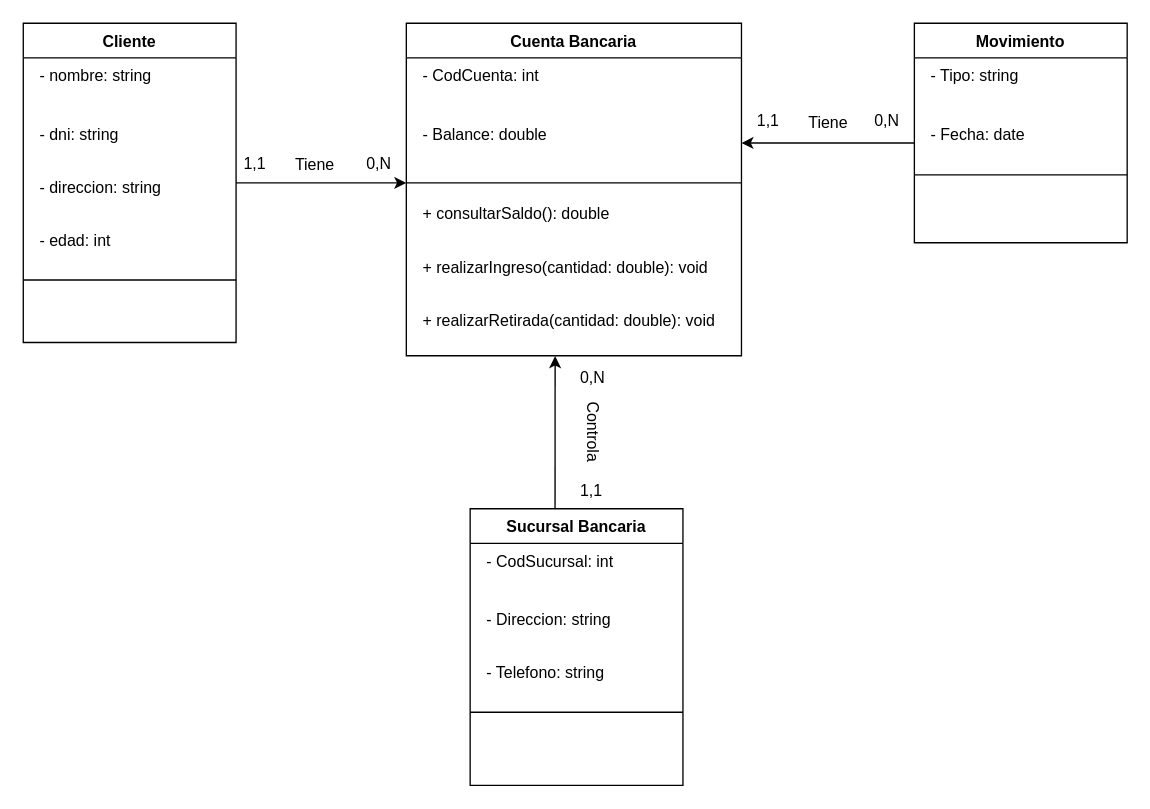
This is DEVELOPMENT ENVIRONMENT/PRÁCTICA 7.1/Ejercicio 0.drawio from SerDieFer/1-DAW, a draw.io file, before an edit. Source tidied: cells renumbered, new cells numbered last; positions are measured from the earlier drawing's top-left corner, leaving out a move shared by most shapes. Both pictures are drawn from the tidied source at 133%, with x=0, y=0 at pixel (23, 23).
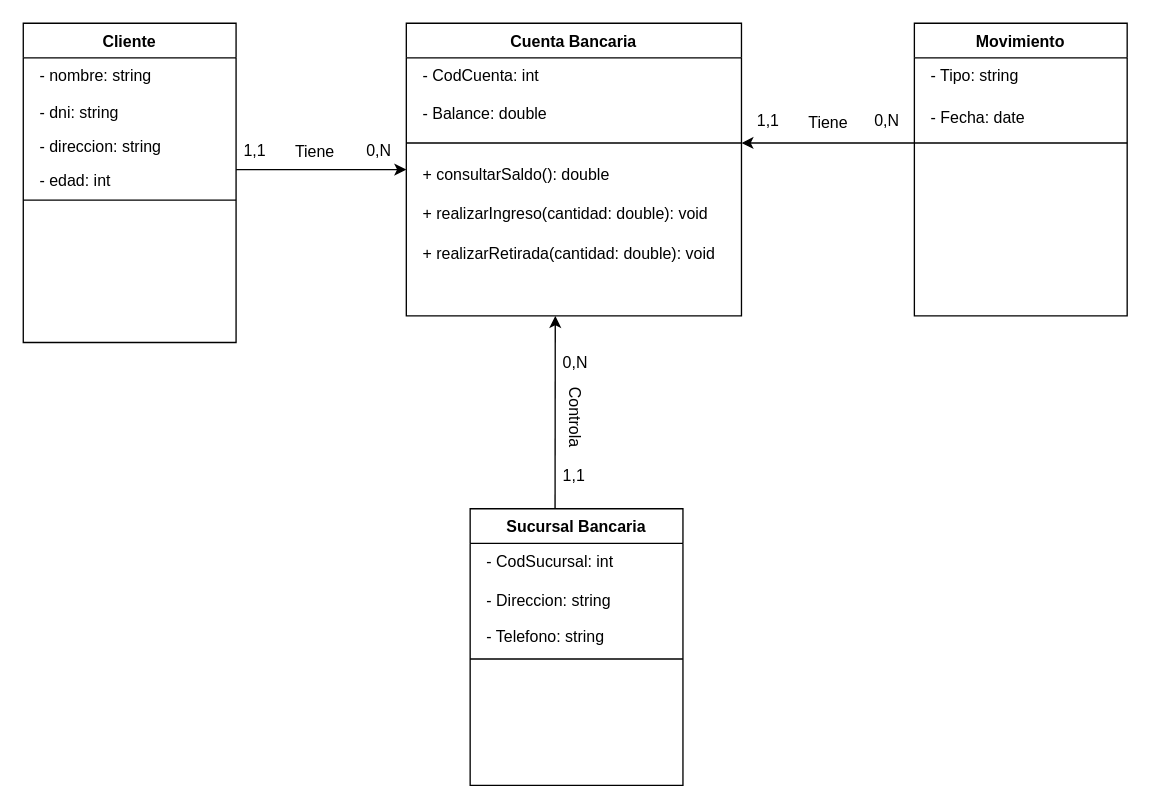
The same page after the edit.

Unchanged cells that the change refers to:
```xml
<mxCell id="2" value="Cliente" style="swimlane;fontStyle=1;align=center;verticalAlign=top;horizontal=1;startSize=26;rounded=0;shadow=0;strokeWidth=1;" parent="1" vertex="1">
  <mxGeometry width="160" height="240" as="geometry" />
</mxCell>
<mxCell id="8" value="Sucursal Bancaria" style="swimlane;fontStyle=1;align=center;verticalAlign=top;horizontal=1;startSize=26;rounded=0;shadow=0;strokeWidth=1;" parent="1" vertex="1">
  <mxGeometry x="336" y="365" width="160" height="208" as="geometry" />
</mxCell>
```

Change to the diagram source:
```diff
@@
+    <mxCell id="36" style="group;" parent="2" vertex="1">
+      <mxGeometry y="26" width="160" height="104" as="geometry" />
+    </mxCell>
-    <mxCell id="3" value="  - nombre: string" style="text;align=left;verticalAlign=top;spacingLeft=4;spacingRight=4;overflow=hidden;" parent="2" vertex="1">
-      <mxGeometry y="26" width="160" height="44" as="geometry" />
+    <mxCell id="3" value="  - nombre: string" style="text;align=left;verticalAlign=top;spacingLeft=4;spacingRight=4;overflow=hidden;" parent="36" vertex="1">
+      <mxGeometry width="160" height="27.9" as="geometry" />
     </mxCell>
-    <mxCell id="4" value="  - dni: string" style="text;align=left;verticalAlign=top;spacingLeft=4;spacingRight=4;overflow=hidden;rounded=0;shadow=0;html=0;" parent="2" vertex="1">
-      <mxGeometry y="70" width="160" height="40" as="geometry" />
+    <mxCell id="4" value="  - dni: string" style="text;align=left;verticalAlign=top;spacingLeft=4;spacingRight=4;overflow=hidden;rounded=0;shadow=0;html=0;" parent="36" vertex="1">
+      <mxGeometry y="27.9" width="160" height="25.4" as="geometry" />
     </mxCell>
-    <mxCell id="5" value="  - direccion: string" style="text;align=left;verticalAlign=top;spacingLeft=4;spacingRight=4;overflow=hidden;rounded=0;shadow=0;html=0;" parent="2" vertex="1">
-      <mxGeometry y="110" width="160" height="40" as="geometry" />
+    <mxCell id="5" value="  - direccion: string" style="text;align=left;verticalAlign=top;spacingLeft=4;spacingRight=4;overflow=hidden;rounded=0;shadow=0;html=0;" parent="36" vertex="1">
+      <mxGeometry y="53.3" width="160" height="25.4" as="geometry" />
     </mxCell>
-    <mxCell id="6" value="  - edad: int" style="text;align=left;verticalAlign=top;spacingLeft=4;spacingRight=4;overflow=hidden;" parent="2" vertex="1">
-      <mxGeometry y="150" width="160" height="40" as="geometry" />
+    <mxCell id="6" value="  - edad: int" style="text;align=left;verticalAlign=top;spacingLeft=4;spacingRight=4;overflow=hidden;" parent="36" vertex="1">
+      <mxGeometry y="78.6" width="160" height="25.4" as="geometry" />
     </mxCell>
     <mxCell id="7" style="line;html=1;strokeWidth=1;align=left;verticalAlign=middle;spacingTop=-1;spacingLeft=3;spacingRight=3;labelPosition=right;" parent="2" vertex="1">
-      <mxGeometry y="190" width="160" height="6" as="geometry" />
+      <mxGeometry y="130" width="160" height="6" as="geometry" />
     </mxCell>
@@
+    <mxCell id="37" style="group;" parent="8" vertex="1">
+      <mxGeometry y="26" width="160" height="84" as="geometry" />
+    </mxCell>
-    <mxCell id="9" value="  - CodSucursal: int" style="text;align=left;verticalAlign=top;spacingLeft=4;spacingRight=4;overflow=hidden;" parent="8" vertex="1">
-      <mxGeometry y="26" width="160" height="44" as="geometry" />
+    <mxCell id="9" value="  - CodSucursal: int" style="text;align=left;verticalAlign=top;spacingLeft=4;spacingRight=4;overflow=hidden;" parent="37" vertex="1">
+      <mxGeometry width="160" height="29.8" as="geometry" />
     </mxCell>
-    <mxCell id="10" value="  - Direccion: string" style="text;align=left;verticalAlign=top;spacingLeft=4;spacingRight=4;overflow=hidden;rounded=0;shadow=0;html=0;" parent="8" vertex="1">
-      <mxGeometry y="70" width="160" height="40" as="geometry" />
+    <mxCell id="10" value="  - Direccion: string" style="text;align=left;verticalAlign=top;spacingLeft=4;spacingRight=4;overflow=hidden;rounded=0;shadow=0;html=0;" parent="37" vertex="1">
+      <mxGeometry y="29.8" width="160" height="27.1" as="geometry" />
     </mxCell>
-    <mxCell id="11" value="  - Telefono: string" style="text;align=left;verticalAlign=top;spacingLeft=4;spacingRight=4;overflow=hidden;rounded=0;shadow=0;html=0;" parent="8" vertex="1">
-      <mxGeometry y="110" width="160" height="40" as="geometry" />
+    <mxCell id="11" value="  - Telefono: string" style="text;align=left;verticalAlign=top;spacingLeft=4;spacingRight=4;overflow=hidden;rounded=0;shadow=0;html=0;" parent="37" vertex="1">
+      <mxGeometry y="56.9" width="160" height="27.1" as="geometry" />
     </mxCell>
     <mxCell id="12" style="line;html=1;strokeWidth=1;align=left;verticalAlign=middle;spacingTop=-1;spacingLeft=3;spacingRight=3;labelPosition=right;" parent="8" vertex="1">
-      <mxGeometry y="150" width="160" height="6" as="geometry" />
+      <mxGeometry y="110" width="160" height="6" as="geometry" />
     </mxCell>
     <mxCell id="13" value="Movimiento" style="swimlane;fontStyle=1;align=center;verticalAlign=top;horizontal=1;startSize=26;rounded=0;shadow=0;strokeWidth=1;" parent="1" vertex="1">
-      <mxGeometry x="670" width="160" height="165" as="geometry" />
+      <mxGeometry x="670" width="160" height="220" as="geometry" />
     </mxCell>
+    <mxCell id="38" style="group;" parent="13" vertex="1">
+      <mxGeometry y="26" width="160" height="60" as="geometry" />
+    </mxCell>
-    <mxCell id="14" value="  - Tipo: string" style="text;align=left;verticalAlign=top;spacingLeft=4;spacingRight=4;overflow=hidden;rounded=0;shadow=0;html=0;" parent="13" vertex="1">
-      <mxGeometry y="26" width="160" height="44" as="geometry" />
+    <mxCell id="14" value="  - Tipo: string" style="text;align=left;verticalAlign=top;spacingLeft=4;spacingRight=4;overflow=hidden;rounded=0;shadow=0;html=0;" parent="38" vertex="1">
+      <mxGeometry width="160" height="31.4" as="geometry" />
     </mxCell>
-    <mxCell id="15" value="  - Fecha: date" style="text;align=left;verticalAlign=top;spacingLeft=4;spacingRight=4;overflow=hidden;rounded=0;shadow=0;html=0;" parent="13" vertex="1">
-      <mxGeometry y="70" width="160" height="40" as="geometry" />
+    <mxCell id="15" value="  - Fecha: date" style="text;align=left;verticalAlign=top;spacingLeft=4;spacingRight=4;overflow=hidden;rounded=0;shadow=0;html=0;" parent="38" vertex="1">
+      <mxGeometry y="31.4" width="160" height="28.6" as="geometry" />
     </mxCell>
     <mxCell id="16" style="line;html=1;strokeWidth=1;align=left;verticalAlign=middle;spacingTop=-1;spacingLeft=3;spacingRight=3;labelPosition=right;" parent="13" vertex="1">
-      <mxGeometry y="110" width="160" height="8" as="geometry" />
+      <mxGeometry y="86" width="160" height="8" as="geometry" />
     </mxCell>
-    <mxCell id="17" style="endArrow=classic;endSize=6;endFill=1;shadow=0;strokeWidth=1;rounded=0;curved=0;edgeStyle=elbowEdgeStyle;elbow=vertical;strokeColor=default;entryX=1;entryY=0.5;entryDx=0;entryDy=0;" parent="1" edge="1" source="13" target="20">
+    <mxCell id="17" style="endArrow=classic;endSize=6;endFill=1;shadow=0;strokeWidth=1;rounded=0;curved=0;edgeStyle=elbowEdgeStyle;elbow=vertical;strokeColor=default;" parent="1" edge="1" source="13">
       <mxGeometry relative="1" as="geometry">
+        <mxPoint x="540" y="90" as="targetPoint" />
         <Array as="points">
-          <mxPoint x="610" y="90" />
+          <mxPoint x="590" y="90" />
           <mxPoint x="540" y="80" />
         </Array>
       </mxGeometry>
     </mxCell>
     <mxCell id="18" value="Cuenta Bancaria" style="swimlane;fontStyle=1;align=center;verticalAlign=top;horizontal=1;startSize=26;rounded=0;shadow=0;strokeWidth=1;" parent="1" vertex="1">
-      <mxGeometry x="288" width="252" height="250" as="geometry" />
+      <mxGeometry x="288" width="252" height="220" as="geometry" />
     </mxCell>
+    <mxCell id="39" style="group;" parent="18" vertex="1">
+      <mxGeometry y="26" width="252" height="54" as="geometry" />
+    </mxCell>
-    <mxCell id="19" value="  - CodCuenta: int" style="text;align=left;verticalAlign=top;spacingLeft=4;spacingRight=4;overflow=hidden;" parent="18" vertex="1">
-      <mxGeometry y="26" width="252" height="44" as="geometry" />
+    <mxCell id="19" value="  - CodCuenta: int" style="text;align=left;verticalAlign=top;spacingLeft=4;spacingRight=4;overflow=hidden;" parent="39" vertex="1">
+      <mxGeometry width="252" height="28.3" as="geometry" />
     </mxCell>
-    <mxCell id="20" value="  - Balance: double" style="text;align=left;verticalAlign=top;spacingLeft=4;spacingRight=4;overflow=hidden;points=[[0,0.5],[1,0.5]];portConstraint=eastwest;rounded=1;" parent="18" vertex="1">
-      <mxGeometry y="70" width="252" height="40" as="geometry" />
+    <mxCell id="20" value="  - Balance: double" style="text;align=left;verticalAlign=top;spacingLeft=4;spacingRight=4;overflow=hidden;points=[[0,0.5],[1,0.5]];portConstraint=eastwest;rounded=1;" parent="39" vertex="1">
+      <mxGeometry y="28.3" width="252" height="25.7" as="geometry" />
     </mxCell>
     <mxCell id="21" style="line;html=1;strokeWidth=1;align=left;verticalAlign=middle;spacingTop=-1;spacingLeft=3;spacingRight=3;labelPosition=right;" parent="18" vertex="1">
-      <mxGeometry y="110" width="252" height="20" as="geometry" />
+      <mxGeometry y="80" width="252" height="20" as="geometry" />
     </mxCell>
+    <mxCell id="40" style="group;" parent="18" vertex="1">
+      <mxGeometry y="100" width="252" height="90" as="geometry" />
+    </mxCell>
-    <mxCell id="22" value="  + consultarSaldo(): double" style="text;align=left;verticalAlign=top;spacingLeft=4;spacingRight=4;overflow=hidden;" parent="18" vertex="1">
-      <mxGeometry y="130" width="252" height="40" as="geometry" />
+    <mxCell id="22" value="  + consultarSaldo(): double" style="text;align=left;verticalAlign=top;spacingLeft=4;spacingRight=4;overflow=hidden;" parent="40" vertex="1">
+      <mxGeometry width="252" height="30" as="geometry" />
     </mxCell>
-    <mxCell id="23" value="  + realizarIngreso(cantidad: double): void" style="text;align=left;verticalAlign=top;spacingLeft=4;spacingRight=4;overflow=hidden;rounded=0;shadow=0;html=0;" parent="18" vertex="1">
-      <mxGeometry y="170" width="252" height="40" as="geometry" />
+    <mxCell id="23" value="  + realizarIngreso(cantidad: double): void" style="text;align=left;verticalAlign=top;spacingLeft=4;spacingRight=4;overflow=hidden;rounded=0;shadow=0;html=0;" parent="40" vertex="1">
+      <mxGeometry y="30" width="252" height="30" as="geometry" />
     </mxCell>
-    <mxCell id="24" value="  + realizarRetirada(cantidad: double): void" style="text;align=left;verticalAlign=top;spacingLeft=4;spacingRight=4;overflow=hidden;points=[[0,0.5],[1,0.5]];portConstraint=eastwest;rounded=0;shadow=0;html=0;" parent="18" vertex="1">
-      <mxGeometry y="210" width="252" height="40" as="geometry" />
+    <mxCell id="24" value="  + realizarRetirada(cantidad: double): void" style="text;align=left;verticalAlign=top;spacingLeft=4;spacingRight=4;overflow=hidden;points=[[0,0.5],[1,0.5]];portConstraint=eastwest;rounded=0;shadow=0;html=0;" parent="40" vertex="1">
+      <mxGeometry y="60" width="252" height="30" as="geometry" />
     </mxCell>
@@
     <mxCell id="29" value="Controla" style="text;html=1;align=center;verticalAlign=middle;labelBackgroundColor=none;rounded=0;shadow=0;strokeWidth=1;fontSize=12;rotation=90;" parent="1" vertex="1">
-      <mxGeometry x="509" y="151" as="geometry">
+      <mxGeometry x="496" y="140" as="geometry">
         <mxPoint x="155" y="80" as="offset" />
       </mxGeometry>
     </mxCell>
     <mxCell id="30" value="1,1" style="align=left;verticalAlign=bottom;labelBackgroundColor=none;fontSize=12;" parent="1" vertex="1">
-      <mxGeometry x="276" y="291" as="geometry">
+      <mxGeometry x="263" y="280" as="geometry">
         <mxPoint x="141" y="69" as="offset" />
       </mxGeometry>
     </mxCell>
     <mxCell id="31" value="0,N" style="align=left;verticalAlign=bottom;labelBackgroundColor=none;fontSize=12;" parent="1" vertex="1">
-      <mxGeometry x="276" y="206" as="geometry">
+      <mxGeometry x="263" y="195" as="geometry">
         <mxPoint x="141" y="69" as="offset" />
       </mxGeometry>
     </mxCell>
@@
-    <mxCell id="35" style="endArrow=classic;html=1;rounded=0;entryX=0.444;entryY=1.006;entryDx=0;entryDy=0;entryPerimeter=0;exitX=0.399;exitY=-0.002;exitDx=0;exitDy=0;exitPerimeter=0;" parent="1" edge="1" source="8" target="24">
-      <mxGeometry relative="1" as="geometry" />
+    <mxCell id="35" style="endArrow=classic;html=1;rounded=0;exitX=0.399;exitY=-0.002;exitDx=0;exitDy=0;exitPerimeter=0;" parent="1" edge="1" source="8">
+      <mxGeometry relative="1" as="geometry">
+        <mxPoint x="400" y="220" as="targetPoint" />
+      </mxGeometry>
     </mxCell>
```
